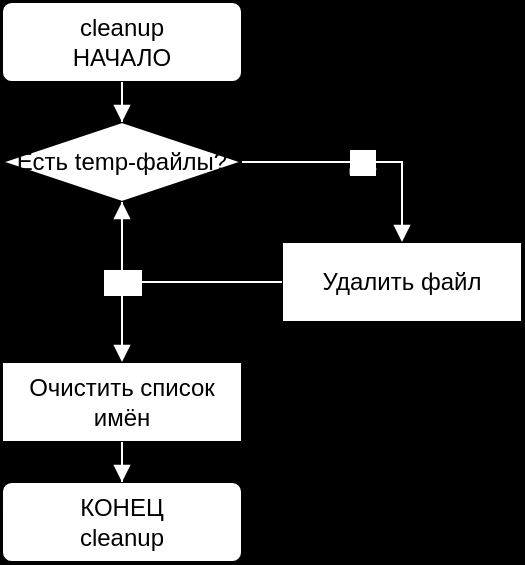
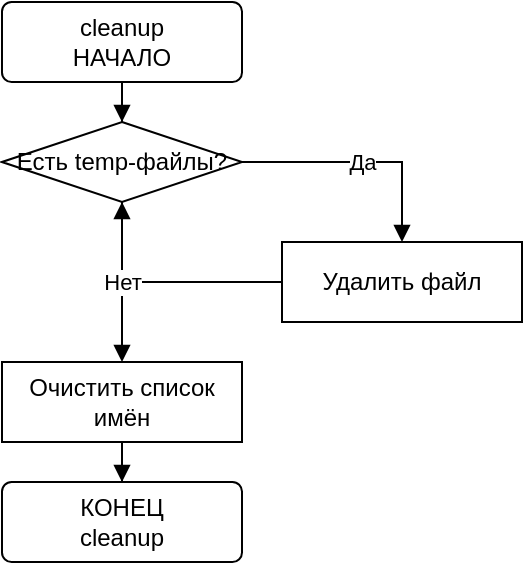
<mxfile host="Electron" version="29.6.1">
  <diagram name="Страница-1" id="d1">
-     <mxGraphModel dx="1400" dy="800" grid="1" gridSize="10" guides="1" tooltips="1" connect="1" arrows="1" fold="1" page="0" pageScale="1" pageWidth="827" pageHeight="1169" math="0" shadow="0" background="#000000">
+     <mxGraphModel dx="1400" dy="800" grid="1" gridSize="10" guides="1" tooltips="1" connect="1" arrows="1" fold="1" page="0" pageScale="1" pageWidth="827" pageHeight="1169" math="0" shadow="0" background="#ffffff">
      <root>
        <mxCell id="0" />
        <mxCell id="1" parent="0" />
        <mxCell id="a" value="&lt;div&gt;cleanup&lt;/div&gt;&lt;div&gt;НАЧАЛО&lt;/div&gt;" style="rounded=1;arcSize=12;whiteSpace=wrap;html=1;fillColor=#ffffff;strokeColor=#000000;fontColor=#000000;" vertex="1" parent="1"><mxGeometry x="160" y="0" width="120" height="40" as="geometry" /></mxCell>
        <mxCell id="c1" value="Есть temp-файлы?" style="rhombus;whiteSpace=wrap;html=1;fillColor=#ffffff;strokeColor=#000000;fontColor=#000000;" vertex="1" parent="1"><mxGeometry x="160" y="60" width="120" height="40" as="geometry" /></mxCell>
        <mxCell id="b1" value="Удалить файл" style="rounded=0;whiteSpace=wrap;html=1;fillColor=#ffffff;strokeColor=#000000;fontColor=#000000;" vertex="1" parent="1"><mxGeometry x="300" y="120" width="120" height="40" as="geometry" /></mxCell>
        <mxCell id="p1" value="Очистить список имён" style="rounded=0;whiteSpace=wrap;html=1;fillColor=#ffffff;strokeColor=#000000;fontColor=#000000;" vertex="1" parent="1"><mxGeometry x="160" y="180" width="120" height="40" as="geometry" /></mxCell>
        <mxCell id="e" value="&lt;div&gt;КОНЕЦ&lt;/div&gt;&lt;div&gt;cleanup&lt;/div&gt;" style="rounded=1;arcSize=12;whiteSpace=wrap;html=1;fillColor=#ffffff;strokeColor=#000000;fontColor=#000000;" vertex="1" parent="1"><mxGeometry x="160" y="240" width="120" height="40" as="geometry" /></mxCell>
-         <mxCell id="e0" value="" style="edgeStyle=orthogonalEdgeStyle;rounded=0;orthogonalLoop=1;jettySize=auto;html=1;endArrow=block;endFill=1;strokeColor=#ffffff;fontColor=#ffffff;" edge="1" parent="1" source="a" target="c1"><mxGeometry relative="1" as="geometry" /></mxCell>
-         <mxCell id="e1" value="Да" style="edgeStyle=orthogonalEdgeStyle;rounded=0;orthogonalLoop=1;jettySize=auto;html=1;endArrow=block;endFill=1;strokeColor=#ffffff;fontColor=#ffffff;" edge="1" parent="1" source="c1" target="b1"><mxGeometry relative="1" as="geometry" /></mxCell>
-         <mxCell id="e2" value="" style="edgeStyle=orthogonalEdgeStyle;rounded=0;orthogonalLoop=1;jettySize=auto;html=1;endArrow=block;endFill=1;strokeColor=#ffffff;fontColor=#ffffff;" edge="1" parent="1" source="b1" target="c1"><mxGeometry relative="1" as="geometry" /></mxCell>
-         <mxCell id="e3" value="Нет" style="edgeStyle=orthogonalEdgeStyle;rounded=0;orthogonalLoop=1;jettySize=auto;html=1;endArrow=block;endFill=1;strokeColor=#ffffff;fontColor=#ffffff;" edge="1" parent="1" source="c1" target="p1"><mxGeometry relative="1" as="geometry" /></mxCell>
-         <mxCell id="e4" value="" style="edgeStyle=orthogonalEdgeStyle;rounded=0;orthogonalLoop=1;jettySize=auto;html=1;endArrow=block;endFill=1;strokeColor=#ffffff;fontColor=#ffffff;" edge="1" parent="1" source="p1" target="e"><mxGeometry relative="1" as="geometry" /></mxCell>
+         <mxCell id="e0" value="" style="edgeStyle=orthogonalEdgeStyle;rounded=0;orthogonalLoop=1;jettySize=auto;html=1;endArrow=block;endFill=1;strokeColor=#000000;fontColor=#000000;" edge="1" parent="1" source="a" target="c1"><mxGeometry relative="1" as="geometry" /></mxCell>
+         <mxCell id="e1" value="Да" style="edgeStyle=orthogonalEdgeStyle;rounded=0;orthogonalLoop=1;jettySize=auto;html=1;endArrow=block;endFill=1;strokeColor=#000000;fontColor=#000000;" edge="1" parent="1" source="c1" target="b1"><mxGeometry relative="1" as="geometry" /></mxCell>
+         <mxCell id="e2" value="" style="edgeStyle=orthogonalEdgeStyle;rounded=0;orthogonalLoop=1;jettySize=auto;html=1;endArrow=block;endFill=1;strokeColor=#000000;fontColor=#000000;" edge="1" parent="1" source="b1" target="c1"><mxGeometry relative="1" as="geometry" /></mxCell>
+         <mxCell id="e3" value="Нет" style="edgeStyle=orthogonalEdgeStyle;rounded=0;orthogonalLoop=1;jettySize=auto;html=1;endArrow=block;endFill=1;strokeColor=#000000;fontColor=#000000;" edge="1" parent="1" source="c1" target="p1"><mxGeometry relative="1" as="geometry" /></mxCell>
+         <mxCell id="e4" value="" style="edgeStyle=orthogonalEdgeStyle;rounded=0;orthogonalLoop=1;jettySize=auto;html=1;endArrow=block;endFill=1;strokeColor=#000000;fontColor=#000000;" edge="1" parent="1" source="p1" target="e"><mxGeometry relative="1" as="geometry" /></mxCell>
      </root>
    </mxGraphModel>
  </diagram>
</mxfile>